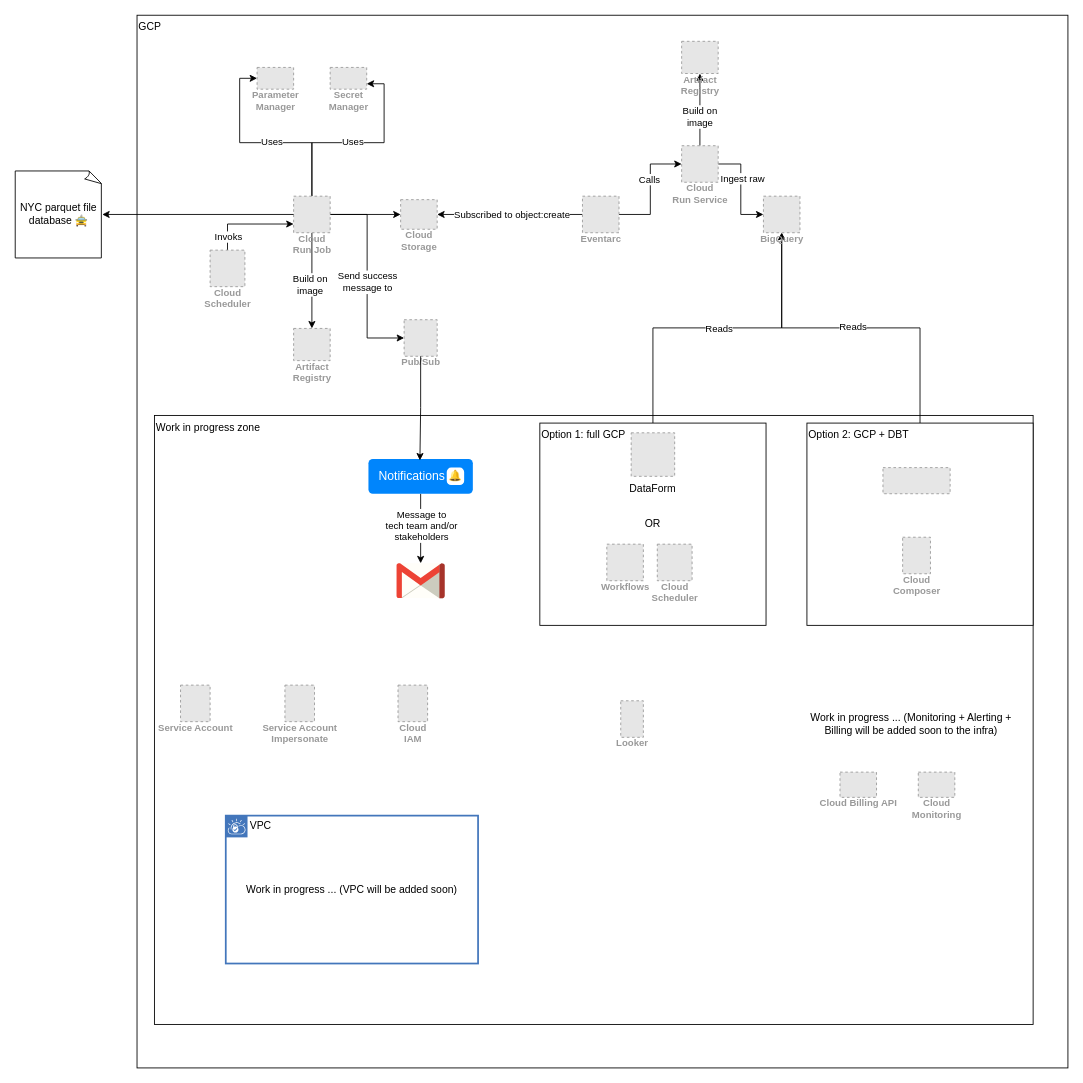
messaoudia/nyc-taxi-gcp-pipeline keeps this draw.io diagram as docs/infrastructure.drawio. Above is the earlier version. Source tidied: cells renumbered, new cells numbered last; positions are measured from the earlier drawing's top-left corner, leaving out a move shared by most shapes. Both pictures are drawn from the tidied source at 87%, with x=0, y=0 at pixel (15, 15). Pictures stored in the file or linked from it are replaced by grey dashed boxes.
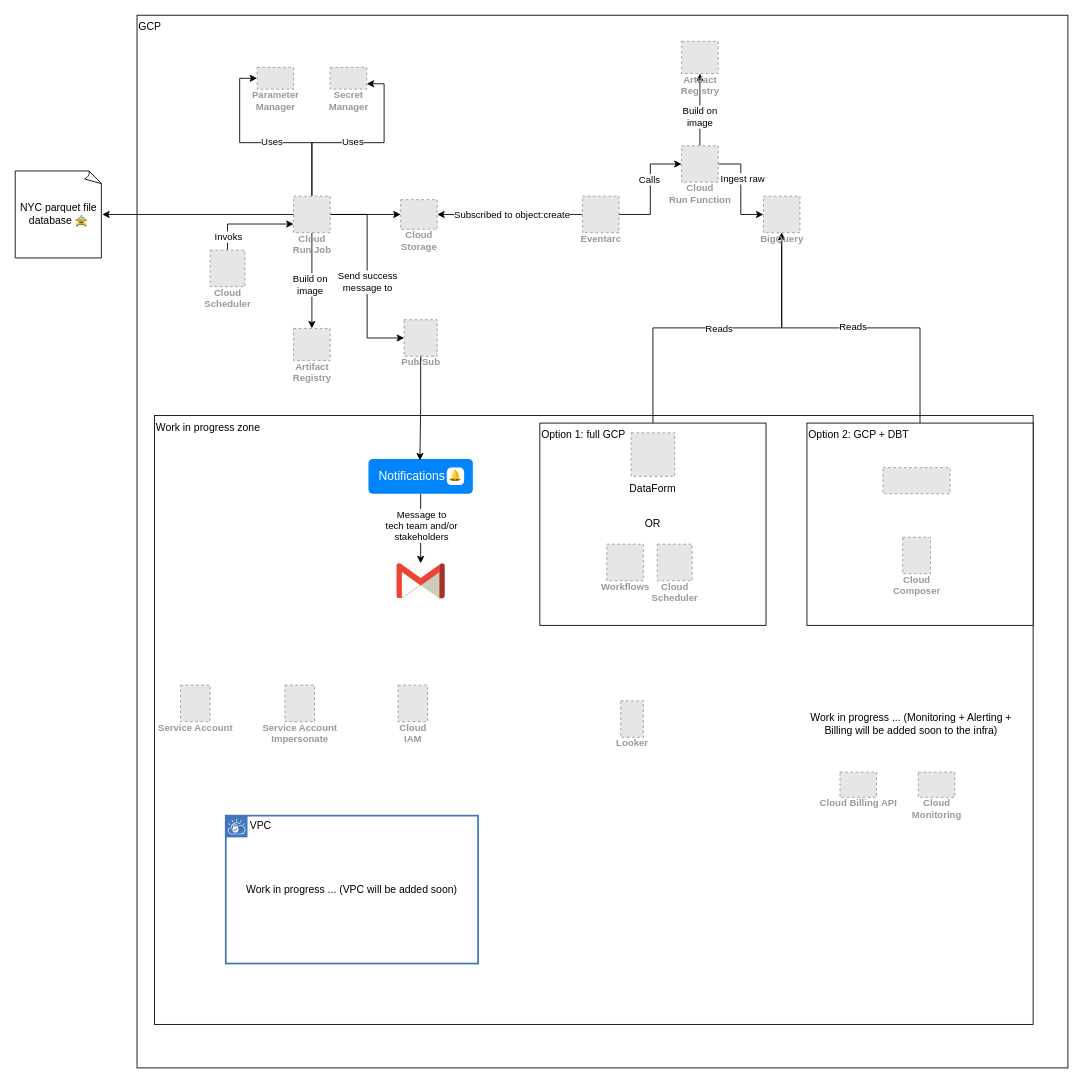
The same page after the edit.

Commit message (it also covers changes not shown here):
update infra on cloud run event arc

The edit, as a diff of the source:
```diff
@@
-    <mxCell id="54" value="Cloud&lt;br&gt;Run Service" style="fillColor=#E6E6E6;strokeColor=#999999;dashed=1;html=1;verticalAlign=top;labelPosition=center;verticalLabelPosition=bottom;align=center;spacingTop=-6;fontSize=11;fontStyle=1;fontColor=#999999;" parent="1" vertex="1">
+    <mxCell id="54" value="Cloud&lt;br&gt;Run Function" style="fillColor=#E6E6E6;strokeColor=#999999;dashed=1;html=1;verticalAlign=top;labelPosition=center;verticalLabelPosition=bottom;align=center;spacingTop=-6;fontSize=11;fontStyle=1;fontColor=#999999;" parent="1" vertex="1">
       <mxGeometry x="766" y="150" width="42" height="42" as="geometry" />
     </mxCell>
```
